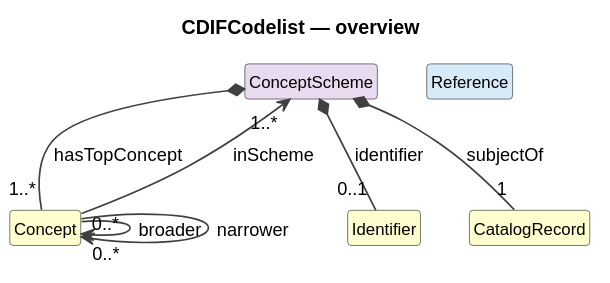
Cross-Domain-Interoperability-Framework/metadataBuildingBlocks keeps this PlantUML diagram as cdif-uml-model/_plantuml/cdifCodelist/index.svg. Above is the earlier version. Its diagram source:
```plantuml
@startuml
title CDIFCodelist — overview
hide circle
hide empty members
skinparam shadowing false
skinparam ArrowThickness 1.2
skinparam class {
  ArrowColor #404040
  BorderColor #404040
  FontSize 12
}

class "ConceptScheme" as ConceptScheme #E8DAEF
class "Concept" as Concept #FEFECE
class "Identifier" as Identifier #FEFECE
class "CatalogRecord" as CatalogRecord #FEFECE
class "Reference" as Reference #D6EAF8
ConceptScheme *-- "1" CatalogRecord : subjectOf
ConceptScheme *-- "0..1" Identifier : identifier
ConceptScheme *-- "1..*" Concept : hasTopConcept
Concept --> "1..*" ConceptScheme : inScheme
Concept --> "0..*" Concept : broader
Concept --> "0..*" Concept : narrower
@enduml
```
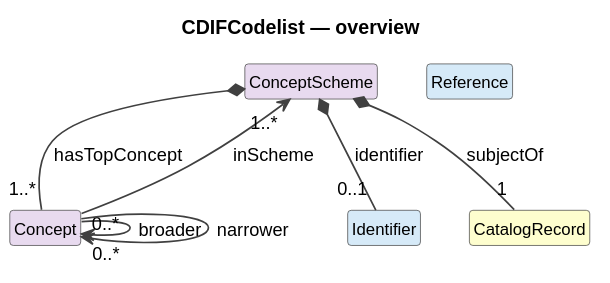
Later version of the same file.

Change to the diagram source:
```diff
@@ -11,8 +11,8 @@
 }
 
 class "ConceptScheme" as ConceptScheme #E8DAEF
-class "Concept" as Concept #FEFECE
-class "Identifier" as Identifier #FEFECE
+class "Concept" as Concept #E8DAEF
+class "Identifier" as Identifier #D6EAF8
 class "CatalogRecord" as CatalogRecord #FEFECE
 class "Reference" as Reference #D6EAF8
 ConceptScheme *-- "1" CatalogRecord : subjectOf
```
